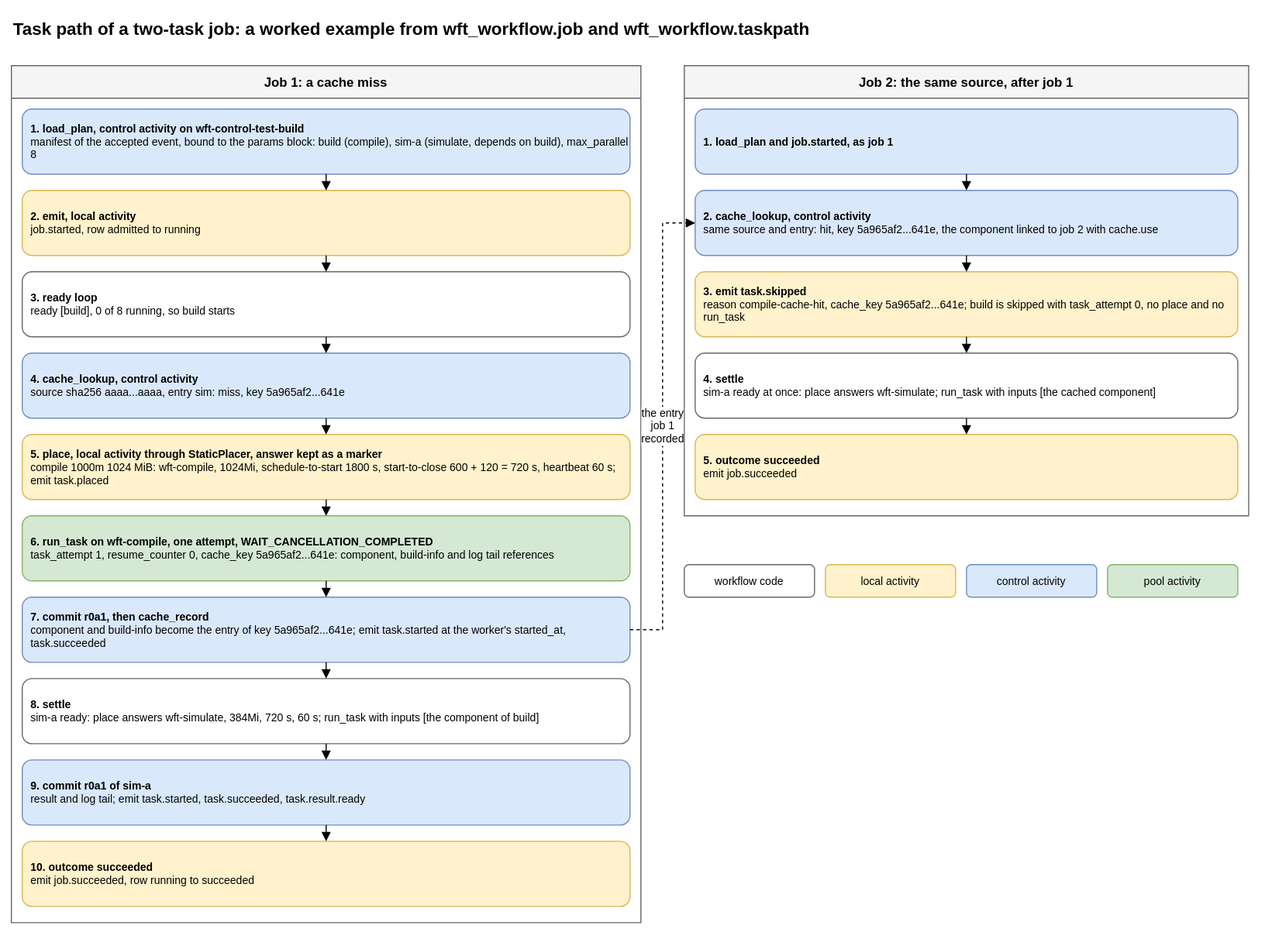
AndoNorth/disyard keeps this draw.io diagram as packages/workflow/task-path.drawio.svg. Above is the earlier version. Source tidied: cells renumbered, new cells last; positions are measured from the earlier drawing's top-left corner, leaving out a move shared by most shapes. Its diagram source:
```xml
<mxGraphModel>
  <root>
    <mxCell id="0" />
    <mxCell id="1" parent="0" />
    <mxCell id="2" value="Task path of a two-task job: a worked example from wft_workflow.job and wft_workflow.taskpath" style="text;html=1;fontSize=16;fontStyle=1;align=left;" parent="1" vertex="1">
      <mxGeometry width="1140" height="30" as="geometry" />
    </mxCell>
    <mxCell id="3" value="Job 1: a cache miss" style="swimlane;startSize=30;fillColor=#f5f5f5;strokeColor=#666666;fontStyle=1;" parent="1" vertex="1">
      <mxGeometry y="50" width="580" height="790" as="geometry" />
    </mxCell>
    <mxCell id="4" value="&lt;b&gt;1. load_plan, control activity on wft-control-test-build&lt;/b&gt;&lt;br&gt;manifest of the accepted event, bound to the params block: build (compile), sim-a (simulate, depends on build), max_parallel 8" style="rounded=1;whiteSpace=wrap;html=1;fillColor=#dae8fc;strokeColor=#6c8ebf;fontSize=10;align=left;spacingLeft=6;" parent="3" vertex="1">
      <mxGeometry x="10" y="40" width="560" height="60" as="geometry" />
    </mxCell>
    <mxCell id="5" value="&lt;b&gt;2. emit, local activity&lt;/b&gt;&lt;br&gt;job.started, row admitted to running" style="rounded=1;whiteSpace=wrap;html=1;fillColor=#fff2cc;strokeColor=#d6b656;fontSize=10;align=left;spacingLeft=6;" parent="3" vertex="1">
      <mxGeometry x="10" y="115" width="560" height="60" as="geometry" />
    </mxCell>
    <mxCell id="6" value="&lt;b&gt;3. ready loop&lt;/b&gt;&lt;br&gt;ready [build], 0 of 8 running, so build starts" style="rounded=1;whiteSpace=wrap;html=1;fillColor=#ffffff;strokeColor=#666666;fontSize=10;align=left;spacingLeft=6;" parent="3" vertex="1">
      <mxGeometry x="10" y="190" width="560" height="60" as="geometry" />
    </mxCell>
    <mxCell id="7" value="&lt;b&gt;4. cache_lookup, control activity&lt;/b&gt;&lt;br&gt;source sha256 aaaa...aaaa, entry sim: miss, key 5a965af2...641e" style="rounded=1;whiteSpace=wrap;html=1;fillColor=#dae8fc;strokeColor=#6c8ebf;fontSize=10;align=left;spacingLeft=6;" parent="3" vertex="1">
      <mxGeometry x="10" y="265" width="560" height="60" as="geometry" />
    </mxCell>
    <mxCell id="8" value="&lt;b&gt;5. place, local activity through StaticPlacer, answer kept as a marker&lt;/b&gt;&lt;br&gt;compile 1000m 1024 MiB: wft-compile, 1024Mi, schedule-to-start 1800 s, start-to-close 600 + 120 = 720 s, heartbeat 60 s; emit task.placed" style="rounded=1;whiteSpace=wrap;html=1;fillColor=#fff2cc;strokeColor=#d6b656;fontSize=10;align=left;spacingLeft=6;" parent="3" vertex="1">
      <mxGeometry x="10" y="340" width="560" height="60" as="geometry" />
    </mxCell>
    <mxCell id="9" value="&lt;b&gt;6. run_task on wft-compile, one attempt, WAIT_CANCELLATION_COMPLETED&lt;/b&gt;&lt;br&gt;task_attempt 1, resume_counter 0, cache_key 5a965af2...641e: component, build-info and log tail references" style="rounded=1;whiteSpace=wrap;html=1;fillColor=#d5e8d4;strokeColor=#82b366;fontSize=10;align=left;spacingLeft=6;" parent="3" vertex="1">
      <mxGeometry x="10" y="415" width="560" height="60" as="geometry" />
    </mxCell>
    <mxCell id="10" value="&lt;b&gt;7. commit r0a1, then cache_record&lt;/b&gt;&lt;br&gt;component and build-info become the entry of key 5a965af2...641e; emit task.started at the worker's started_at, task.succeeded" style="rounded=1;whiteSpace=wrap;html=1;fillColor=#dae8fc;strokeColor=#6c8ebf;fontSize=10;align=left;spacingLeft=6;" parent="3" vertex="1">
      <mxGeometry x="10" y="490" width="560" height="60" as="geometry" />
    </mxCell>
    <mxCell id="11" value="&lt;b&gt;8. settle&lt;/b&gt;&lt;br&gt;sim-a ready: place answers wft-simulate, 384Mi, 720 s, 60 s; run_task with inputs [the component of build]" style="rounded=1;whiteSpace=wrap;html=1;fillColor=#ffffff;strokeColor=#666666;fontSize=10;align=left;spacingLeft=6;" parent="3" vertex="1">
      <mxGeometry x="10" y="565" width="560" height="60" as="geometry" />
    </mxCell>
    <mxCell id="12" value="&lt;b&gt;9. commit r0a1 of sim-a&lt;/b&gt;&lt;br&gt;result and log tail; emit task.started, task.succeeded, task.result.ready" style="rounded=1;whiteSpace=wrap;html=1;fillColor=#dae8fc;strokeColor=#6c8ebf;fontSize=10;align=left;spacingLeft=6;" parent="3" vertex="1">
      <mxGeometry x="10" y="640" width="560" height="60" as="geometry" />
    </mxCell>
    <mxCell id="13" value="&lt;b&gt;10. outcome succeeded&lt;/b&gt;&lt;br&gt;emit job.succeeded, row running to succeeded" style="rounded=1;whiteSpace=wrap;html=1;fillColor=#fff2cc;strokeColor=#d6b656;fontSize=10;align=left;spacingLeft=6;" parent="3" vertex="1">
      <mxGeometry x="10" y="715" width="560" height="60" as="geometry" />
    </mxCell>
    <mxCell id="14" style="html=1;endArrow=block;" parent="3" edge="1" source="4" target="5">
      <mxGeometry relative="1" as="geometry" />
    </mxCell>
    <mxCell id="15" style="html=1;endArrow=block;" parent="3" edge="1" source="5" target="6">
      <mxGeometry relative="1" as="geometry" />
    </mxCell>
    <mxCell id="16" style="html=1;endArrow=block;" parent="3" edge="1" source="6" target="7">
      <mxGeometry relative="1" as="geometry" />
    </mxCell>
    <mxCell id="17" style="html=1;endArrow=block;" parent="3" edge="1" source="7" target="8">
      <mxGeometry relative="1" as="geometry" />
    </mxCell>
    <mxCell id="18" style="html=1;endArrow=block;" parent="3" edge="1" source="8" target="9">
      <mxGeometry relative="1" as="geometry" />
    </mxCell>
    <mxCell id="19" style="html=1;endArrow=block;" parent="3" edge="1" source="9" target="10">
      <mxGeometry relative="1" as="geometry" />
    </mxCell>
    <mxCell id="20" style="html=1;endArrow=block;" parent="3" edge="1" source="10" target="11">
      <mxGeometry relative="1" as="geometry" />
    </mxCell>
    <mxCell id="21" style="html=1;endArrow=block;" parent="3" edge="1" source="11" target="12">
      <mxGeometry relative="1" as="geometry" />
    </mxCell>
    <mxCell id="22" style="html=1;endArrow=block;" parent="3" edge="1" source="12" target="13">
      <mxGeometry relative="1" as="geometry" />
    </mxCell>
    <mxCell id="23" value="Job 2: the same source, after job 1" style="swimlane;startSize=30;fillColor=#f5f5f5;strokeColor=#666666;fontStyle=1;" parent="1" vertex="1">
      <mxGeometry x="620" y="50" width="520" height="415" as="geometry" />
    </mxCell>
    <mxCell id="24" value="&lt;b&gt;1. load_plan and job.started, as job 1&lt;/b&gt;&lt;br&gt;" style="rounded=1;whiteSpace=wrap;html=1;fillColor=#dae8fc;strokeColor=#6c8ebf;fontSize=10;align=left;spacingLeft=6;" parent="23" vertex="1">
      <mxGeometry x="10" y="40" width="500" height="60" as="geometry" />
    </mxCell>
    <mxCell id="25" value="&lt;b&gt;2. cache_lookup, control activity&lt;/b&gt;&lt;br&gt;same source and entry: hit, key 5a965af2...641e, the component linked to job 2 with cache.use" style="rounded=1;whiteSpace=wrap;html=1;fillColor=#dae8fc;strokeColor=#6c8ebf;fontSize=10;align=left;spacingLeft=6;" parent="23" vertex="1">
      <mxGeometry x="10" y="115" width="500" height="60" as="geometry" />
    </mxCell>
    <mxCell id="26" value="&lt;b&gt;3. emit task.skipped&lt;/b&gt;&lt;br&gt;reason compile-cache-hit, cache_key 5a965af2...641e; build is skipped with task_attempt 0, no place and no run_task" style="rounded=1;whiteSpace=wrap;html=1;fillColor=#fff2cc;strokeColor=#d6b656;fontSize=10;align=left;spacingLeft=6;" parent="23" vertex="1">
      <mxGeometry x="10" y="190" width="500" height="60" as="geometry" />
    </mxCell>
    <mxCell id="27" value="&lt;b&gt;4. settle&lt;/b&gt;&lt;br&gt;sim-a ready at once: place answers wft-simulate; run_task with inputs [the cached component]" style="rounded=1;whiteSpace=wrap;html=1;fillColor=#ffffff;strokeColor=#666666;fontSize=10;align=left;spacingLeft=6;" parent="23" vertex="1">
      <mxGeometry x="10" y="265" width="500" height="60" as="geometry" />
    </mxCell>
    <mxCell id="28" value="&lt;b&gt;5. outcome succeeded&lt;/b&gt;&lt;br&gt;emit job.succeeded" style="rounded=1;whiteSpace=wrap;html=1;fillColor=#fff2cc;strokeColor=#d6b656;fontSize=10;align=left;spacingLeft=6;" parent="23" vertex="1">
      <mxGeometry x="10" y="340" width="500" height="60" as="geometry" />
    </mxCell>
    <mxCell id="29" style="html=1;endArrow=block;" parent="23" edge="1" source="24" target="25">
      <mxGeometry relative="1" as="geometry" />
    </mxCell>
    <mxCell id="30" style="html=1;endArrow=block;" parent="23" edge="1" source="25" target="26">
      <mxGeometry relative="1" as="geometry" />
    </mxCell>
    <mxCell id="31" style="html=1;endArrow=block;" parent="23" edge="1" source="26" target="27">
      <mxGeometry relative="1" as="geometry" />
    </mxCell>
    <mxCell id="32" style="html=1;endArrow=block;" parent="23" edge="1" source="27" target="28">
      <mxGeometry relative="1" as="geometry" />
    </mxCell>
    <mxCell id="33" value="the entry&lt;br&gt;job 1&lt;br&gt;recorded" style="html=1;endArrow=block;dashed=1;fontSize=10;edgeStyle=orthogonalEdgeStyle;rounded=0;exitX=1;exitY=0.5;entryX=0;entryY=0.5;labelBackgroundColor=#ffffff;" parent="1" edge="1" source="10" target="25">
      <mxGeometry relative="1" as="geometry">
        <Array as="points">
          <mxPoint x="600" y="570" />
          <mxPoint x="600" y="195" />
        </Array>
      </mxGeometry>
    </mxCell>
    <mxCell id="34" value="workflow code" style="rounded=1;whiteSpace=wrap;html=1;fillColor=#ffffff;strokeColor=#666666;fontSize=10;align=center;" parent="1" vertex="1">
      <mxGeometry x="620" y="510" width="120" height="30" as="geometry" />
    </mxCell>
    <mxCell id="35" value="local activity" style="rounded=1;whiteSpace=wrap;html=1;fillColor=#fff2cc;strokeColor=#d6b656;fontSize=10;align=center;" parent="1" vertex="1">
      <mxGeometry x="750" y="510" width="120" height="30" as="geometry" />
    </mxCell>
    <mxCell id="36" value="control activity" style="rounded=1;whiteSpace=wrap;html=1;fillColor=#dae8fc;strokeColor=#6c8ebf;fontSize=10;align=center;" parent="1" vertex="1">
      <mxGeometry x="880" y="510" width="120" height="30" as="geometry" />
    </mxCell>
    <mxCell id="37" value="pool activity" style="rounded=1;whiteSpace=wrap;html=1;fillColor=#d5e8d4;strokeColor=#82b366;fontSize=10;align=center;" parent="1" vertex="1">
      <mxGeometry x="1010" y="510" width="120" height="30" as="geometry" />
    </mxCell>
  </root>
</mxGraphModel>
```
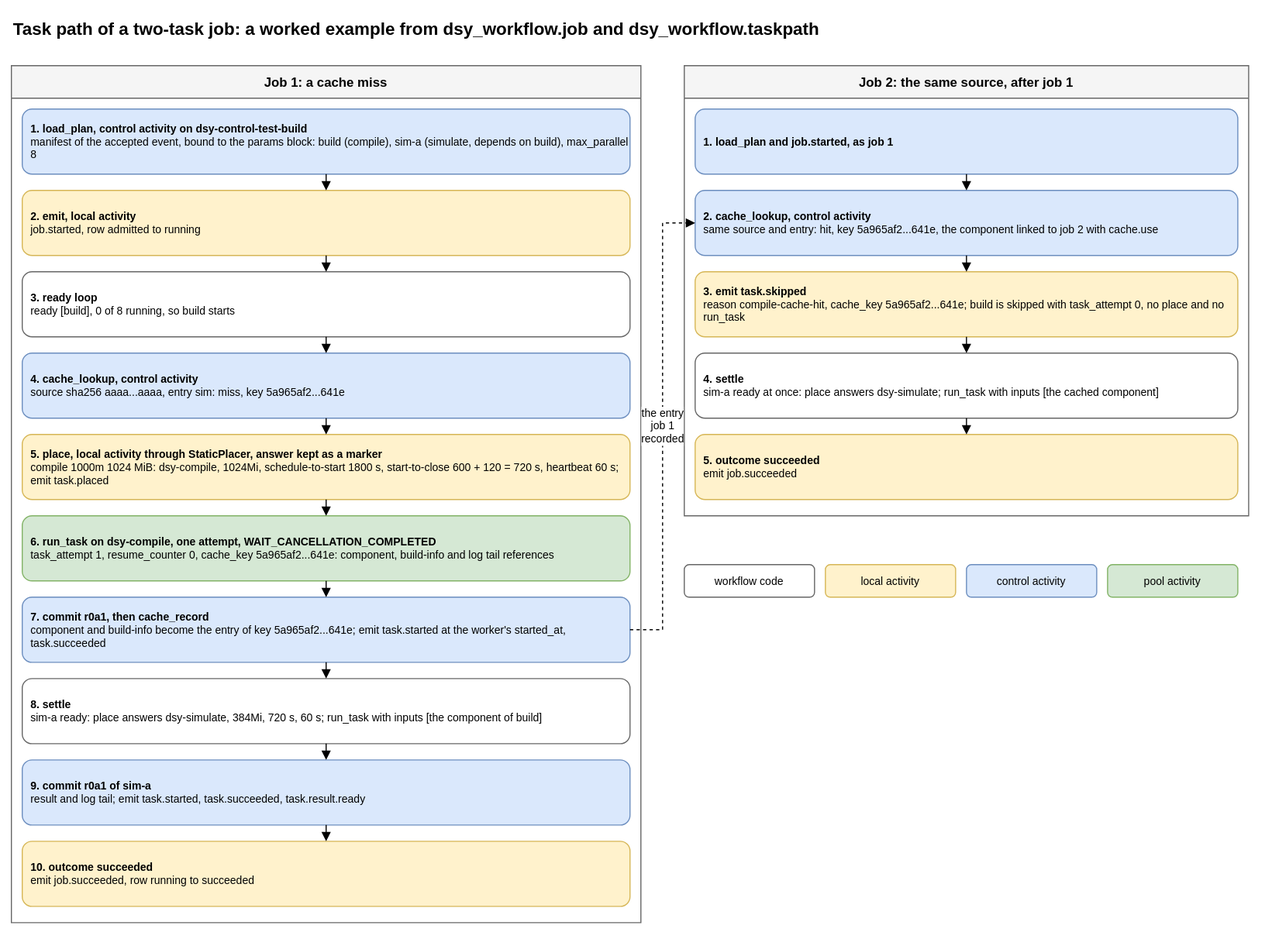
After the commit.

Diff of the diagram source:
```diff
@@ -2,13 +2,13 @@
   <root>
     <mxCell id="0" />
     <mxCell id="1" parent="0" />
-    <mxCell id="2" value="Task path of a two-task job: a worked example from wft_workflow.job and wft_workflow.taskpath" style="text;html=1;fontSize=16;fontStyle=1;align=left;" parent="1" vertex="1">
+    <mxCell id="2" value="Task path of a two-task job: a worked example from dsy_workflow.job and dsy_workflow.taskpath" style="text;html=1;fontSize=16;fontStyle=1;align=left;" parent="1" vertex="1">
       <mxGeometry width="1140" height="30" as="geometry" />
     </mxCell>
     <mxCell id="3" value="Job 1: a cache miss" style="swimlane;startSize=30;fillColor=#f5f5f5;strokeColor=#666666;fontStyle=1;" parent="1" vertex="1">
       <mxGeometry y="50" width="580" height="790" as="geometry" />
     </mxCell>
-    <mxCell id="4" value="&lt;b&gt;1. load_plan, control activity on wft-control-test-build&lt;/b&gt;&lt;br&gt;manifest of the accepted event, bound to the params block: build (compile), sim-a (simulate, depends on build), max_parallel 8" style="rounded=1;whiteSpace=wrap;html=1;fillColor=#dae8fc;strokeColor=#6c8ebf;fontSize=10;align=left;spacingLeft=6;" parent="3" vertex="1">
+    <mxCell id="4" value="&lt;b&gt;1. load_plan, control activity on dsy-control-test-build&lt;/b&gt;&lt;br&gt;manifest of the accepted event, bound to the params block: build (compile), sim-a (simulate, depends on build), max_parallel 8" style="rounded=1;whiteSpace=wrap;html=1;fillColor=#dae8fc;strokeColor=#6c8ebf;fontSize=10;align=left;spacingLeft=6;" parent="3" vertex="1">
       <mxGeometry x="10" y="40" width="560" height="60" as="geometry" />
     </mxCell>
     <mxCell id="5" value="&lt;b&gt;2. emit, local activity&lt;/b&gt;&lt;br&gt;job.started, row admitted to running" style="rounded=1;whiteSpace=wrap;html=1;fillColor=#fff2cc;strokeColor=#d6b656;fontSize=10;align=left;spacingLeft=6;" parent="3" vertex="1">
@@ -20,16 +20,16 @@
     <mxCell id="7" value="&lt;b&gt;4. cache_lookup, control activity&lt;/b&gt;&lt;br&gt;source sha256 aaaa...aaaa, entry sim: miss, key 5a965af2...641e" style="rounded=1;whiteSpace=wrap;html=1;fillColor=#dae8fc;strokeColor=#6c8ebf;fontSize=10;align=left;spacingLeft=6;" parent="3" vertex="1">
       <mxGeometry x="10" y="265" width="560" height="60" as="geometry" />
     </mxCell>
-    <mxCell id="8" value="&lt;b&gt;5. place, local activity through StaticPlacer, answer kept as a marker&lt;/b&gt;&lt;br&gt;compile 1000m 1024 MiB: wft-compile, 1024Mi, schedule-to-start 1800 s, start-to-close 600 + 120 = 720 s, heartbeat 60 s; emit task.placed" style="rounded=1;whiteSpace=wrap;html=1;fillColor=#fff2cc;strokeColor=#d6b656;fontSize=10;align=left;spacingLeft=6;" parent="3" vertex="1">
+    <mxCell id="8" value="&lt;b&gt;5. place, local activity through StaticPlacer, answer kept as a marker&lt;/b&gt;&lt;br&gt;compile 1000m 1024 MiB: dsy-compile, 1024Mi, schedule-to-start 1800 s, start-to-close 600 + 120 = 720 s, heartbeat 60 s; emit task.placed" style="rounded=1;whiteSpace=wrap;html=1;fillColor=#fff2cc;strokeColor=#d6b656;fontSize=10;align=left;spacingLeft=6;" parent="3" vertex="1">
       <mxGeometry x="10" y="340" width="560" height="60" as="geometry" />
     </mxCell>
-    <mxCell id="9" value="&lt;b&gt;6. run_task on wft-compile, one attempt, WAIT_CANCELLATION_COMPLETED&lt;/b&gt;&lt;br&gt;task_attempt 1, resume_counter 0, cache_key 5a965af2...641e: component, build-info and log tail references" style="rounded=1;whiteSpace=wrap;html=1;fillColor=#d5e8d4;strokeColor=#82b366;fontSize=10;align=left;spacingLeft=6;" parent="3" vertex="1">
+    <mxCell id="9" value="&lt;b&gt;6. run_task on dsy-compile, one attempt, WAIT_CANCELLATION_COMPLETED&lt;/b&gt;&lt;br&gt;task_attempt 1, resume_counter 0, cache_key 5a965af2...641e: component, build-info and log tail references" style="rounded=1;whiteSpace=wrap;html=1;fillColor=#d5e8d4;strokeColor=#82b366;fontSize=10;align=left;spacingLeft=6;" parent="3" vertex="1">
       <mxGeometry x="10" y="415" width="560" height="60" as="geometry" />
     </mxCell>
     <mxCell id="10" value="&lt;b&gt;7. commit r0a1, then cache_record&lt;/b&gt;&lt;br&gt;component and build-info become the entry of key 5a965af2...641e; emit task.started at the worker's started_at, task.succeeded" style="rounded=1;whiteSpace=wrap;html=1;fillColor=#dae8fc;strokeColor=#6c8ebf;fontSize=10;align=left;spacingLeft=6;" parent="3" vertex="1">
       <mxGeometry x="10" y="490" width="560" height="60" as="geometry" />
     </mxCell>
-    <mxCell id="11" value="&lt;b&gt;8. settle&lt;/b&gt;&lt;br&gt;sim-a ready: place answers wft-simulate, 384Mi, 720 s, 60 s; run_task with inputs [the component of build]" style="rounded=1;whiteSpace=wrap;html=1;fillColor=#ffffff;strokeColor=#666666;fontSize=10;align=left;spacingLeft=6;" parent="3" vertex="1">
+    <mxCell id="11" value="&lt;b&gt;8. settle&lt;/b&gt;&lt;br&gt;sim-a ready: place answers dsy-simulate, 384Mi, 720 s, 60 s; run_task with inputs [the component of build]" style="rounded=1;whiteSpace=wrap;html=1;fillColor=#ffffff;strokeColor=#666666;fontSize=10;align=left;spacingLeft=6;" parent="3" vertex="1">
       <mxGeometry x="10" y="565" width="560" height="60" as="geometry" />
     </mxCell>
     <mxCell id="12" value="&lt;b&gt;9. commit r0a1 of sim-a&lt;/b&gt;&lt;br&gt;result and log tail; emit task.started, task.succeeded, task.result.ready" style="rounded=1;whiteSpace=wrap;html=1;fillColor=#dae8fc;strokeColor=#6c8ebf;fontSize=10;align=left;spacingLeft=6;" parent="3" vertex="1">
@@ -77,7 +77,7 @@
     <mxCell id="26" value="&lt;b&gt;3. emit task.skipped&lt;/b&gt;&lt;br&gt;reason compile-cache-hit, cache_key 5a965af2...641e; build is skipped with task_attempt 0, no place and no run_task" style="rounded=1;whiteSpace=wrap;html=1;fillColor=#fff2cc;strokeColor=#d6b656;fontSize=10;align=left;spacingLeft=6;" parent="23" vertex="1">
       <mxGeometry x="10" y="190" width="500" height="60" as="geometry" />
     </mxCell>
-    <mxCell id="27" value="&lt;b&gt;4. settle&lt;/b&gt;&lt;br&gt;sim-a ready at once: place answers wft-simulate; run_task with inputs [the cached component]" style="rounded=1;whiteSpace=wrap;html=1;fillColor=#ffffff;strokeColor=#666666;fontSize=10;align=left;spacingLeft=6;" parent="23" vertex="1">
+    <mxCell id="27" value="&lt;b&gt;4. settle&lt;/b&gt;&lt;br&gt;sim-a ready at once: place answers dsy-simulate; run_task with inputs [the cached component]" style="rounded=1;whiteSpace=wrap;html=1;fillColor=#ffffff;strokeColor=#666666;fontSize=10;align=left;spacingLeft=6;" parent="23" vertex="1">
       <mxGeometry x="10" y="265" width="500" height="60" as="geometry" />
     </mxCell>
     <mxCell id="28" value="&lt;b&gt;5. outcome succeeded&lt;/b&gt;&lt;br&gt;emit job.succeeded" style="rounded=1;whiteSpace=wrap;html=1;fillColor=#fff2cc;strokeColor=#d6b656;fontSize=10;align=left;spacingLeft=6;" parent="23" vertex="1">
```
